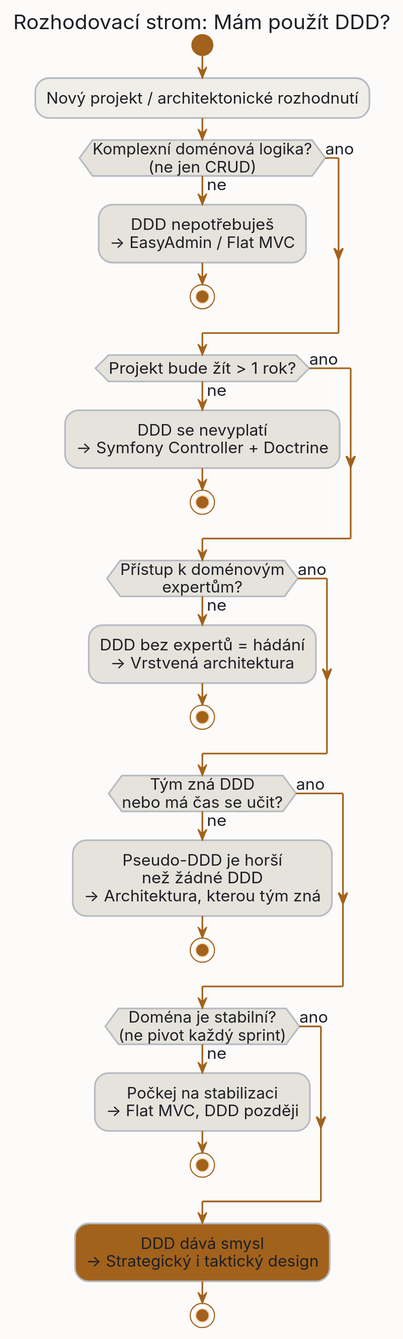
Earlier version of the PlantUML export public/images/diagrams/9_when_not_to_use_ddd/diagram-light.svg (MichalKatuscak/ddd-v-symfony). Its diagram source:
```plantuml
@startuml diagram
skinparam dpi 150
skinparam backgroundColor #fcfbf9
skinparam shadowing false
skinparam roundCorner 6

skinparam defaultFontName "DejaVu Sans"
skinparam defaultFontSize 14
skinparam defaultFontColor #1c1f26
skinparam defaultTextAlignment center


skinparam ArrowColor #a2621c
skinparam ArrowFontColor #1c1f26
skinparam ArrowThickness 1.5

skinparam node {
  BackgroundColor #f0eee8
  BorderColor #b6bac2
  FontColor #1c1f26
}

skinparam component {
  BackgroundColor #f0eee8
  BorderColor #b6bac2
  FontColor #1c1f26
}

skinparam rectangle {
  BackgroundColor #f0eee8
  BorderColor #b6bac2
  FontColor #1c1f26
}

skinparam package {
  BackgroundColor #fcfbf9
  BorderColor #a2621c
  FontColor #a2621c
}

skinparam folder {
  BackgroundColor #f0eee8
  BorderColor #b6bac2
  FontColor #1c1f26
}

skinparam frame {
  BackgroundColor #f0eee8
  BorderColor #b6bac2
  FontColor #1c1f26
}

skinparam database {
  BackgroundColor #e6e3dc
  BorderColor #b6bac2
  FontColor #1c1f26
}

skinparam queue {
  BackgroundColor #e6e3dc
  BorderColor #b6bac2
  FontColor #1c1f26
}

skinparam cloud {
  BackgroundColor #e6e3dc
  BorderColor #b6bac2
  FontColor #1c1f26
}

skinparam actor {
  BackgroundColor #f0eee8
  BorderColor #a2621c
  FontColor #1c1f26
}

skinparam usecase {
  BackgroundColor #f0eee8
  BorderColor #b6bac2
  FontColor #1c1f26
}

skinparam class {
  BackgroundColor #f0eee8
  BorderColor #b6bac2
  HeaderBackgroundColor #e6e3dc
  ArrowColor #a2621c
  FontColor #1c1f26
  AttributeFontColor #4a5160
  StereotypeFontColor #a2621c
}

skinparam object {
  BackgroundColor #f0eee8
  BorderColor #b6bac2
  FontColor #1c1f26
}

skinparam sequence {
  ParticipantBackgroundColor #f0eee8
  ParticipantBorderColor #b6bac2
  ParticipantFontColor #1c1f26
  ActorBackgroundColor #f0eee8
  ActorBorderColor #a2621c
  ActorFontColor #1c1f26
  LifeLineBorderColor #b6bac2
  LifeLineBackgroundColor #e6e3dc
  ArrowColor #a2621c
  ArrowFontColor #1c1f26
  GroupBackgroundColor #e6e3dc
  GroupBorderColor #b6bac2
  GroupFontColor #4a5160
  GroupHeaderFontColor #a2621c
  BoxBackgroundColor #fcfbf9
  BoxBorderColor #a2621c
  BoxFontColor #a2621c
  DividerBackgroundColor #e6e3dc
  DividerBorderColor #b6bac2
  DividerFontColor #4a5160
  ReferenceBackgroundColor #f0eee8
  ReferenceBorderColor #b6bac2
  ReferenceFontColor #1c1f26
  ReferenceHeaderBackgroundColor #e6e3dc
  StereotypeFontColor #a2621c
}

skinparam state {
  BackgroundColor #f0eee8
  BorderColor #b6bac2
  FontColor #1c1f26
  StartColor #a2621c
  EndColor #a2621c
  ArrowColor #a2621c
  AttributeFontColor #4a5160
}

skinparam activity {
  BackgroundColor #f0eee8
  BorderColor #b6bac2
  FontColor #1c1f26
  ArrowColor #a2621c
  StartColor #a2621c
  EndColor #a2621c
  BarColor #a2621c
  DiamondBackgroundColor #e6e3dc
  DiamondBorderColor #b6bac2
  DiamondFontColor #1c1f26
}

skinparam note {
  BackgroundColor #e6e3dc
  BorderColor #b6bac2
  FontColor #4a5160
}

skinparam title {
  FontColor #1c1f26
  FontSize 18
}

skinparam legend {
  BackgroundColor #f0eee8
  BorderColor #b6bac2
  FontColor #4a5160
}

skinparam caption {
  FontColor #4a5160
}

skinparam stereotype {
  CBackgroundColor #e6e3dc
  CBorderColor #a2621c
  ABackgroundColor #e6e3dc
  ABorderColor #a2621c
  IBackgroundColor #e6e3dc
  IBorderColor #a2621c
  EBackgroundColor #e6e3dc
  EBorderColor #a2621c
}

title Rozhodovací strom: Mám použít DDD?

start
:Nový projekt / architektonické rozhodnutí;

if (Komplexní doménová logika?\n(ne jen CRUD)) then (ne)
  #e6e3dc:DDD nepotřebuješ\n-> EasyAdmin / Flat MVC;
  stop
else (ano)
endif

if (Projekt bude žít > 1 rok?) then (ne)
  #e6e3dc:DDD se nevyplatí\n-> Symfony Controller + Doctrine;
  stop
else (ano)
endif

if (Přístup k doménovým\nexpertům?) then (ne)
  #e6e3dc:DDD bez expertů = hádání\n-> Vrstvená architektura;
  stop
else (ano)
endif

if (Tým zná DDD\nnebo má čas se učit?) then (ne)
  #e6e3dc:Pseudo-DDD je horší\nnež žádné DDD\n-> Architektura, kterou tým zná;
  stop
else (ano)
endif

if (Doména je stabilní?\n(ne pivot každý sprint)) then (ne)
  #e6e3dc:Počkej na stabilizaci\n-> Flat MVC, DDD později;
  stop
else (ano)
endif

#a2621c:DDD dává smysl\n-> Strategický i taktický design;
stop

@enduml
```
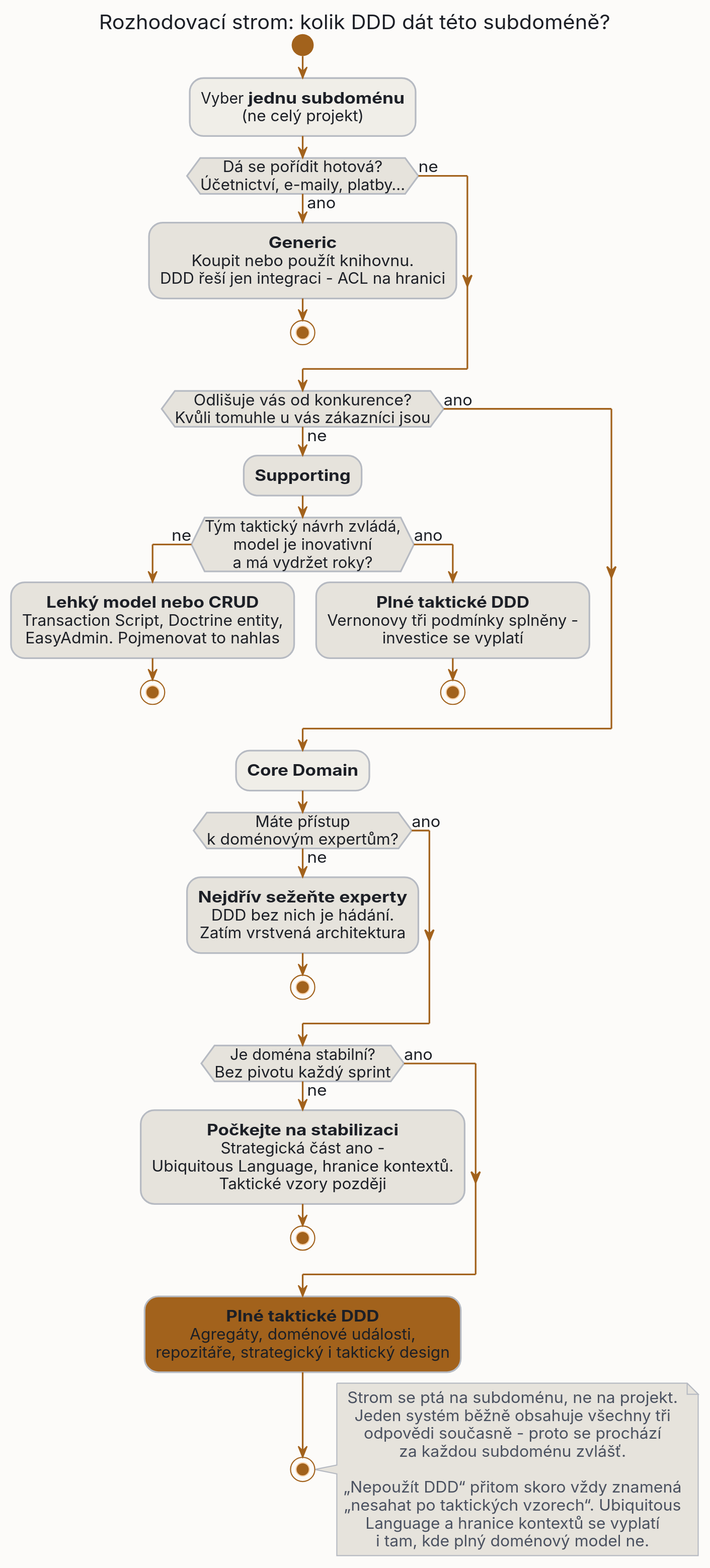
After the change.

Change to the diagram source:
```diff
@@ -179,42 +179,56 @@
   EBorderColor #a2621c
 }
 
-title Rozhodovací strom: Mám použít DDD?
+title Rozhodovací strom: kolik DDD dát této subdoméně?
 
 start
-:Nový projekt / architektonické rozhodnutí;
+:Vyber **jednu subdoménu**\n(ne celý projekt);
 
-if (Komplexní doménová logika?\n(ne jen CRUD)) then (ne)
-  #e6e3dc:DDD nepotřebuješ\n-> EasyAdmin / Flat MVC;
+if (Dá se pořídit hotová?\nÚčetnictví, e-maily, platby…) then (ano)
+  #e6e3dc:**Generic**\nKoupit nebo použít knihovnu.\nDDD řeší jen integraci - ACL na hranici;
+  stop
+else (ne)
+endif
+
+if (Odlišuje vás od konkurence?\nKvůli tomuhle u vás zákazníci jsou) then (ne)
+  #e6e3dc:**Supporting**;
+  if (Tým taktický návrh zvládá,\nmodel je inovativní\na má vydržet roky?) then (ne)
+    #e6e3dc:**Lehký model nebo CRUD**\nTransaction Script, Doctrine entity,\nEasyAdmin. Pojmenovat to nahlas;
+    stop
+  else (ano)
+    #e6e3dc:**Plné taktické DDD**\nVernonovy tři podmínky splněny -\ninvestice se vyplatí;
+    stop
+  endif
+else (ano)
+endif
+
+:**Core Domain**;
+
+if (Máte přístup\nk doménovým expertům?) then (ne)
+  #e6e3dc:**Nejdřív sežeňte experty**\nDDD bez nich je hádání.\nZatím vrstvená architektura;
   stop
 else (ano)
 endif
 
-if (Projekt bude žít > 1 rok?) then (ne)
-  #e6e3dc:DDD se nevyplatí\n-> Symfony Controller + Doctrine;
+if (Je doména stabilní?\nBez pivotu každý sprint) then (ne)
+  #e6e3dc:**Počkejte na stabilizaci**\nStrategická část ano -\nUbiquitous Language, hranice kontextů.\nTaktické vzory později;
   stop
 else (ano)
 endif
 
-if (Přístup k doménovým\nexpertům?) then (ne)
-  #e6e3dc:DDD bez expertů = hádání\n-> Vrstvená architektura;
-  stop
-else (ano)
-endif
-
-if (Tým zná DDD\nnebo má čas se učit?) then (ne)
-  #e6e3dc:Pseudo-DDD je horší\nnež žádné DDD\n-> Architektura, kterou tým zná;
-  stop
-else (ano)
-endif
-
-if (Doména je stabilní?\n(ne pivot každý sprint)) then (ne)
-  #e6e3dc:Počkej na stabilizaci\n-> Flat MVC, DDD později;
-  stop
-else (ano)
-endif
-
-#a2621c:DDD dává smysl\n-> Strategický i taktický design;
+#a2621c:**Plné taktické DDD**\nAgregáty, doménové události,\nrepozitáře, strategický i taktický design;
 stop
 
+note right
+  Strom se ptá na subdoménu, ne na projekt.
+  Jeden systém běžně obsahuje všechny tři
+  odpovědi současně - proto se prochází
+  za každou subdoménu zvlášť.
+
+  „Nepoužít DDD“ přitom skoro vždy znamená
+  „nesahat po taktických vzorech“. Ubiquitous
+  Language a hranice kontextů se vyplatí
+  i tam, kde plný doménový model ne.
+end note
+
 @enduml
```
